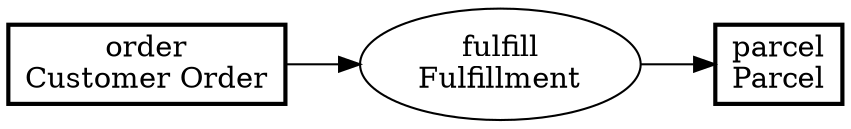
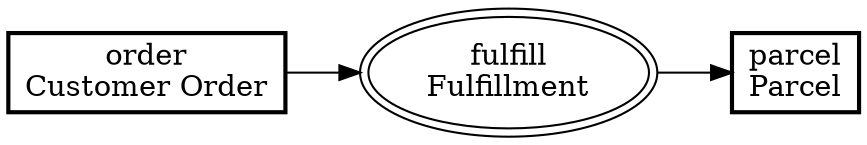
digraph PFDSL {
  rankdir=LR;
  newrank=true;

-   "fulfill" [shape=ellipse, label="fulfill\nFulfillment", tooltip="Fulfillment\nsubflow: ./14-boundary-detail.pfdsl"];
+   "fulfill" [shape=ellipse, label="fulfill\nFulfillment", tooltip="Fulfillment\nsubflow: ./14-boundary-detail.pfdsl", peripheries="2"];
  "order" [shape=box, label="order\nCustomer Order", penwidth="2"];
  "parcel" [shape=box, label="parcel\nParcel", penwidth="2"];

  "order" -> "fulfill";
  "fulfill" -> "parcel";
}
